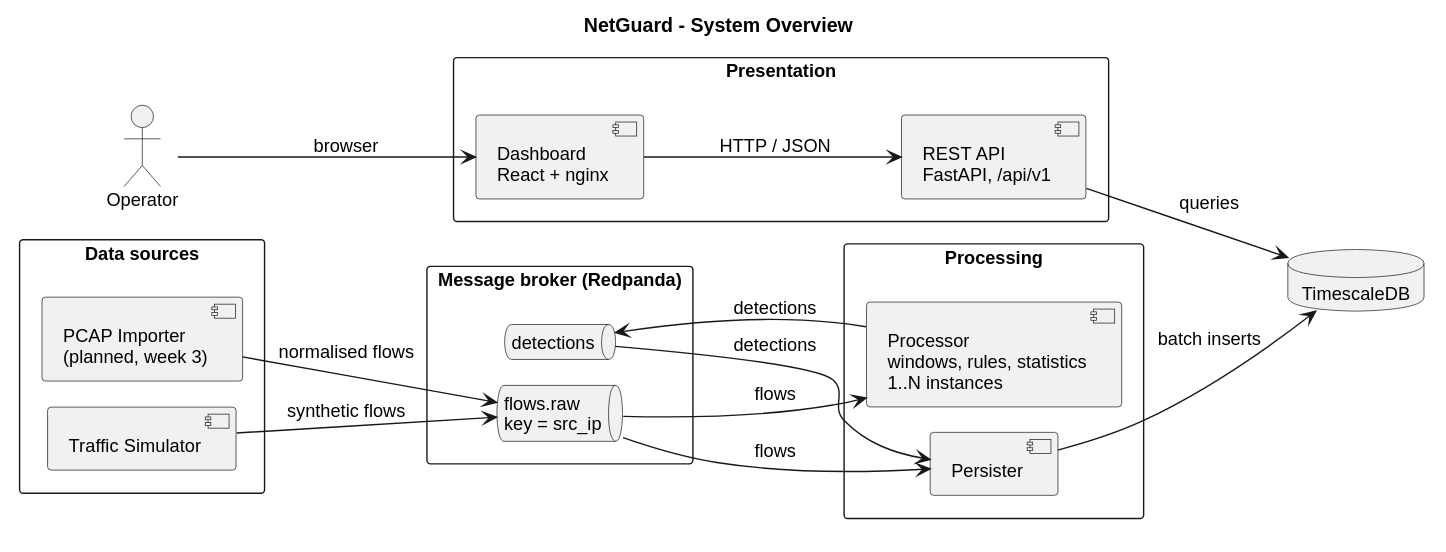
k1borg32/Netguard keeps this PlantUML diagram as Docs/ArchitectureDocument/diagrams/system_overview.svg. Above is the earlier version. The source it was exported from:
```plantuml
@startuml
title NetGuard - System Overview

!pragma layout smetana
left to right direction
skinparam componentStyle uml2
skinparam shadowing false
skinparam defaultFontName Arial
skinparam defaultFontSize 13
skinparam backgroundColor white
skinparam packageStyle rectangle

actor "Operator" as Operator

package "Data sources" {
    component "PCAP Importer\n(planned, week 3)" as Importer
    component "Traffic Simulator" as Simulator
}

package "Message broker (Redpanda)" {
    queue "detections" as DetectionsTopic
    queue "flows.raw\nkey = src_ip" as FlowsTopic
}

package "Processing" {
    component "Processor\nwindows, rules, statistics\n1..N instances" as Processor
    component "Persister" as Persister
}

database "TimescaleDB" as DB

package "Presentation" {
    component "REST API\nFastAPI, /api/v1" as API
    component "Dashboard\nReact + nginx" as Dashboard
}

Importer --> FlowsTopic : normalised flows
Simulator --> FlowsTopic : synthetic flows
FlowsTopic --> Processor : flows
Processor --> DetectionsTopic : detections
FlowsTopic --> Persister : flows
DetectionsTopic --> Persister : detections
Persister --> DB : batch inserts
API --> DB : queries
Dashboard --> API : HTTP / JSON
Operator --> Dashboard : browser
@enduml
```
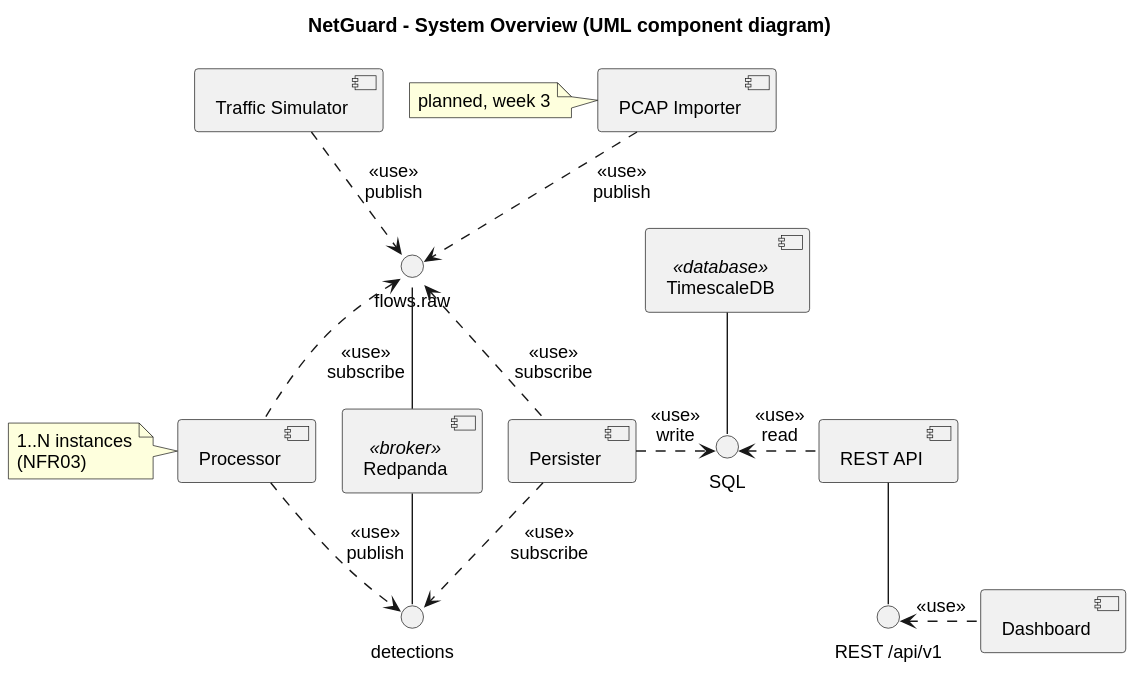
The same diagram one commit later.

Commit message:
System overview diagram in proper UML component notation

Topics, SQL and the REST API are now interfaces (ball) provided by their component, and the services use them through dashed «use» dependencies instead of plain arrows. No more queue, database and actor shapes.

What changed in the source:
```diff
@@ -1,47 +1,45 @@
 @startuml
-title NetGuard - System Overview
+title NetGuard - System Overview (UML component diagram)
 
 !pragma layout smetana
-left to right direction
 skinparam componentStyle uml2
 skinparam shadowing false
 skinparam defaultFontName Arial
 skinparam defaultFontSize 13
 skinparam backgroundColor white
-skinparam packageStyle rectangle
 
-actor "Operator" as Operator
 
-package "Data sources" {
-    component "PCAP Importer\n(planned, week 3)" as Importer
-    component "Traffic Simulator" as Simulator
-}
+component "PCAP Importer" as Importer
+component "Traffic Simulator" as Simulator
+interface "flows.raw" as FlowsTopic
+component "Processor" as Processor
+component "Redpanda" <<broker>> as Broker
+component "Persister" as Persister
+interface "detections" as DetectionsTopic
+component "TimescaleDB" <<database>> as DB
+interface "SQL" as Sql
+component "REST API" as API
+interface "REST /api/v1" as Rest
+component "Dashboard" as Dashboard
 
-package "Message broker (Redpanda)" {
-    queue "detections" as DetectionsTopic
-    queue "flows.raw\nkey = src_ip" as FlowsTopic
-}
+FlowsTopic -down- Broker
+Broker -down- DetectionsTopic
+DB -down- Sql
+API -down- Rest
 
-package "Processing" {
-    component "Processor\nwindows, rules, statistics\n1..N instances" as Processor
-    component "Persister" as Persister
-}
+Importer .down.> FlowsTopic : <<use>>\npublish
+Simulator .down.> FlowsTopic : <<use>>\npublish
+Processor .up.> FlowsTopic : <<use>>\nsubscribe
+Processor .down.> DetectionsTopic : <<use>>\npublish
+Persister .up.> FlowsTopic : <<use>>\nsubscribe
+Persister .down.> DetectionsTopic : <<use>>\nsubscribe
+Persister .right.> Sql : <<use>>\nwrite
+API .left.> Sql : <<use>>\nread
+Dashboard .left.> Rest : <<use>>
 
-database "TimescaleDB" as DB
+Processor -[hidden]right- Broker
+Broker -[hidden]right- Persister
 
-package "Presentation" {
-    component "REST API\nFastAPI, /api/v1" as API
-    component "Dashboard\nReact + nginx" as Dashboard
-}
-
-Importer --> FlowsTopic : normalised flows
-Simulator --> FlowsTopic : synthetic flows
-FlowsTopic --> Processor : flows
-Processor --> DetectionsTopic : detections
-FlowsTopic --> Persister : flows
-DetectionsTopic --> Persister : detections
-Persister --> DB : batch inserts
-API --> DB : queries
-Dashboard --> API : HTTP / JSON
-Operator --> Dashboard : browser
+note left of Importer : planned, week 3
+note left of Processor : 1..N instances\n(NFR03)
 @enduml
```
